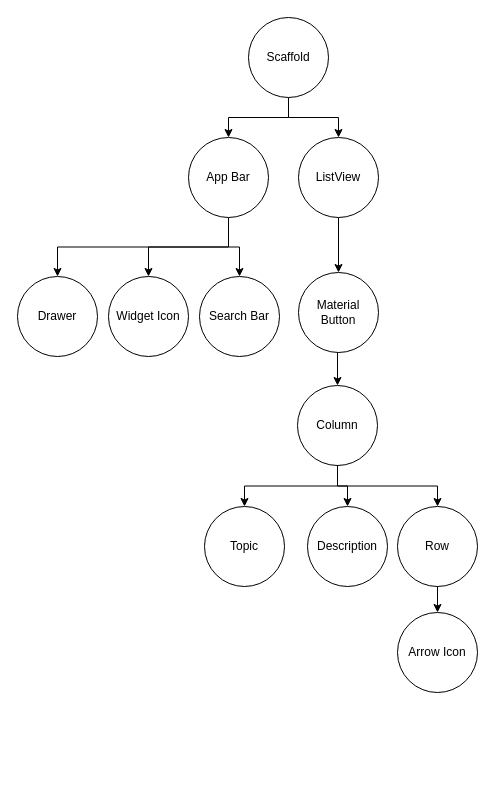
Above: DESIGN/Untitled Diagram.drawio in gloriakim-cs-projects/2020-android-recycling-tracker-coding (draw.io), before the change. Source tidied: cells renumbered, new cells numbered last; positions are measured from the earlier drawing's top-left corner, leaving out a move shared by most shapes. Both pictures are drawn from the tidied source at 100%, with x=0, y=0 at pixel (17, 17).
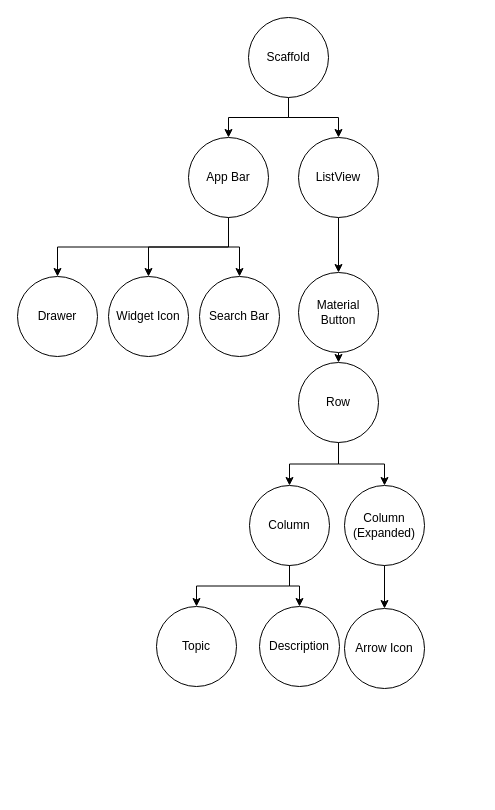
The same diagram, later.

Unchanged cells that the change refers to:
```xml
<mxCell id="15" value="Material Button" style="ellipse;whiteSpace=wrap;html=1;" parent="1" vertex="1">
  <mxGeometry x="281" y="255" width="80" height="80" as="geometry" />
</mxCell>
<mxCell id="17" value="Column" style="ellipse;whiteSpace=wrap;html=1;" parent="16" vertex="1">
  <mxGeometry x="93" width="80" height="80" as="geometry" />
</mxCell>
```

Diff of the diagram source:
```diff
@@
-    <mxCell id="14" style="edgeStyle=orthogonalEdgeStyle;rounded=0;jettySize=auto;html=1;exitX=0.5;exitY=1;exitDx=0;exitDy=0;entryX=0.5;entryY=0;entryDx=0;entryDy=0;" parent="1" edge="1" source="15" target="17">
-      <mxGeometry relative="1" as="geometry" />
-    </mxCell>
+    <mxCell id="26" style="edgeStyle=orthogonalEdgeStyle;rounded=0;jettySize=auto;html=1;exitX=0.5;exitY=1;exitDx=0;exitDy=0;entryX=0.5;entryY=0;entryDx=0;entryDy=0;" parent="1" edge="1" source="15" target="29">
+      <mxGeometry relative="1" as="geometry" />
+    </mxCell>
@@
     <mxCell id="16" style="group;" parent="1" vertex="1">
-      <mxGeometry x="187" y="368" width="273" height="307" as="geometry" />
+      <mxGeometry x="139" y="468" width="273" height="307" as="geometry" />
     </mxCell>
@@
-    <mxCell id="22" value="Row" style="ellipse;whiteSpace=wrap;html=1;" parent="16" vertex="1">
-      <mxGeometry x="193" y="121" width="80" height="80" as="geometry" />
+    <mxCell id="22" value="Column (Expanded)" style="ellipse;whiteSpace=wrap;html=1;" parent="16" vertex="1">
+      <mxGeometry x="188" width="80" height="80" as="geometry" />
     </mxCell>
-    <mxCell id="23" style="edgeStyle=orthogonalEdgeStyle;rounded=0;jettySize=auto;html=1;exitX=0.5;exitY=1;exitDx=0;exitDy=0;entryX=0.5;entryY=0;entryDx=0;entryDy=0;" parent="16" edge="1" source="17" target="22">
-      <mxGeometry relative="1" as="geometry" />
-    </mxCell>
     <mxCell id="24" value="Arrow Icon" style="ellipse;whiteSpace=wrap;html=1;" parent="16" vertex="1">
-      <mxGeometry x="193" y="227" width="80" height="80" as="geometry" />
+      <mxGeometry x="188" y="123" width="80" height="80" as="geometry" />
     </mxCell>
@@
+    <mxCell id="27" style="edgeStyle=orthogonalEdgeStyle;rounded=0;jettySize=auto;html=1;exitX=0.5;exitY=1;exitDx=0;exitDy=0;" parent="1" edge="1" source="29" target="17">
+      <mxGeometry relative="1" as="geometry" />
+    </mxCell>
+    <mxCell id="28" style="edgeStyle=orthogonalEdgeStyle;rounded=0;jettySize=auto;html=1;exitX=0.5;exitY=1;exitDx=0;exitDy=0;entryX=0.5;entryY=0;entryDx=0;entryDy=0;" parent="1" edge="1" source="29" target="22">
+      <mxGeometry relative="1" as="geometry" />
+    </mxCell>
+    <mxCell id="29" value="Row" style="ellipse;whiteSpace=wrap;html=1;" parent="1" vertex="1">
+      <mxGeometry x="281" y="345" width="80" height="80" as="geometry" />
+    </mxCell>
```
